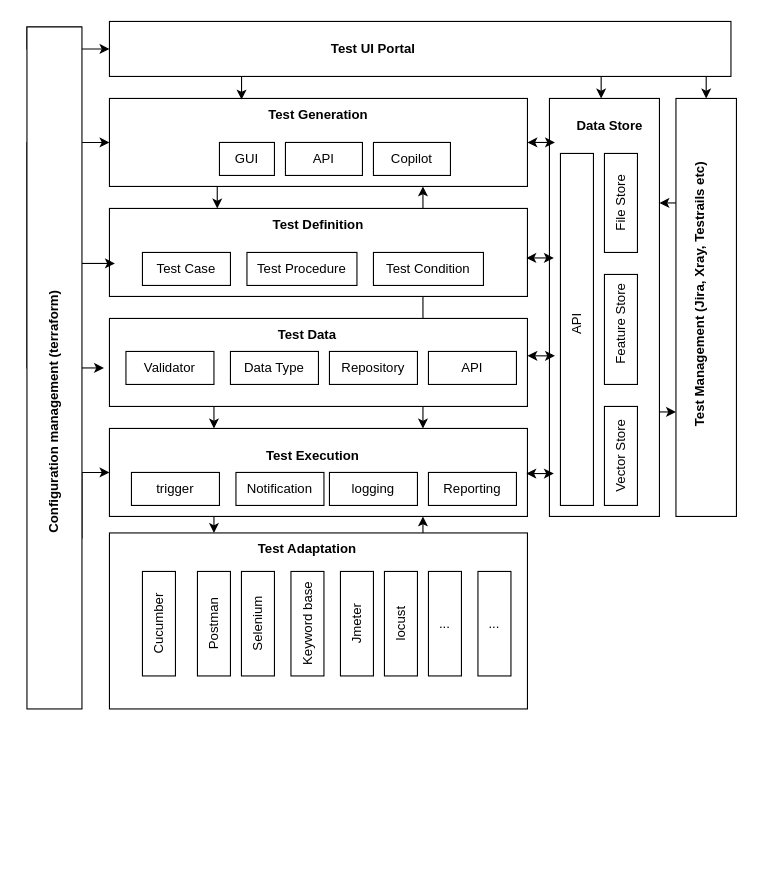
maxlinux/lab keeps this draw.io diagram as Untitled Diagram.drawio. Above is the earlier version. Source tidied: cells renumbered, new cells numbered last; positions are measured from the earlier drawing's top-left corner, leaving out a move shared by most shapes. Both pictures are drawn from the tidied source at 110%, with x=0, y=0 at pixel (-78, 21).
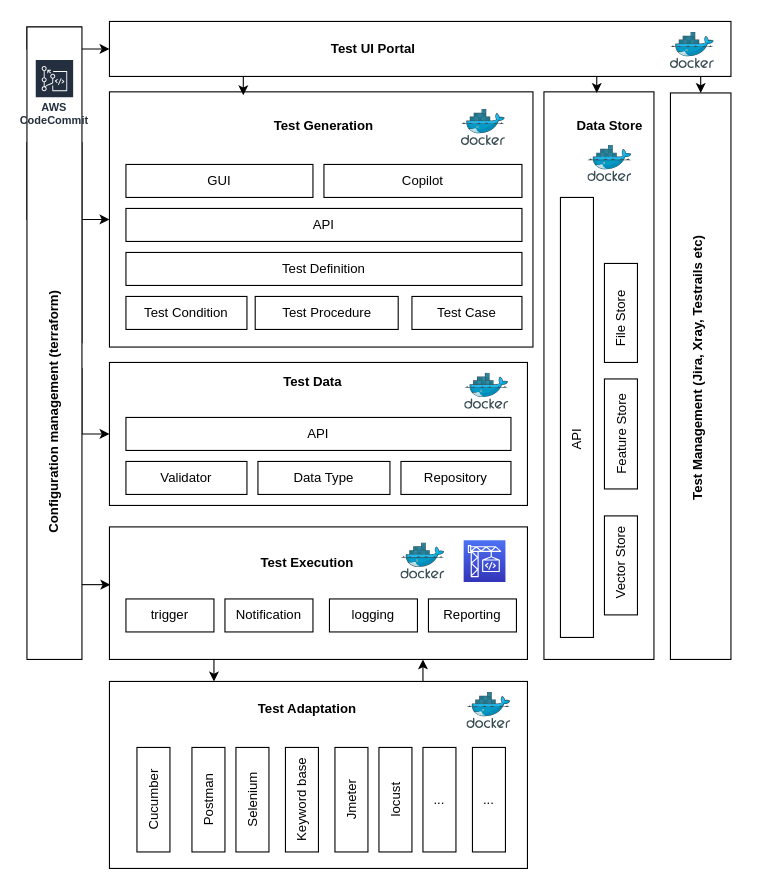
The same page after the edit.

Diff of the diagram source:
```diff
@@
-    <mxCell id="2" style="edgeStyle=orthogonalEdgeStyle;rounded=0;orthogonalLoop=1;jettySize=auto;html=1;exitX=0.5;exitY=1;exitDx=0;exitDy=0;" parent="1" edge="1">
-      <mxGeometry relative="1" as="geometry">
-        <mxPoint x="268" y="150" as="sourcePoint" />
-        <mxPoint x="268" y="170" as="targetPoint" />
-      </mxGeometry>
-    </mxCell>
     <mxCell id="3" style="rounded=0;whiteSpace=wrap;html=1;" parent="1" vertex="1">
-      <mxGeometry x="170" y="70" width="380" height="80" as="geometry" />
+      <mxGeometry x="170" y="64" width="385" height="232" as="geometry" />
     </mxCell>
     <mxCell id="4" value="GUI" style="rounded=0;whiteSpace=wrap;html=1;" parent="1" vertex="1">
-      <mxGeometry x="270" y="110" width="50" height="30" as="geometry" />
+      <mxGeometry x="185" y="130" width="170" height="30" as="geometry" />
     </mxCell>
     <mxCell id="5" value="API" style="rounded=0;whiteSpace=wrap;html=1;" parent="1" vertex="1">
-      <mxGeometry x="330" y="110" width="70" height="30" as="geometry" />
+      <mxGeometry x="185" y="170" width="360" height="30" as="geometry" />
     </mxCell>
     <mxCell id="6" value="Copilot" style="rounded=0;whiteSpace=wrap;html=1;" parent="1" vertex="1">
-      <mxGeometry x="410" y="110" width="70" height="30" as="geometry" />
+      <mxGeometry x="365" y="130" width="180" height="30" as="geometry" />
     </mxCell>
     <mxCell id="7" value="Test Generation" style="text;html=1;strokeColor=none;fillColor=none;align=center;verticalAlign=middle;whiteSpace=wrap;rounded=0;fontStyle=1;" parent="1" vertex="1">
-      <mxGeometry x="300" y="70" width="120" height="30" as="geometry" />
+      <mxGeometry x="305" y="80" width="120" height="30" as="geometry" />
     </mxCell>
-    <mxCell id="8" style="edgeStyle=orthogonalEdgeStyle;rounded=0;jettySize=auto;html=1;exitX=0.75;exitY=0;exitDx=0;exitDy=0;entryX=0.75;entryY=1;entryDx=0;entryDy=0;" parent="1" edge="1" source="10" target="3">
-      <mxGeometry relative="1" as="geometry" />
-    </mxCell>
-    <mxCell id="9" style="edgeStyle=orthogonalEdgeStyle;rounded=0;jettySize=auto;html=1;exitX=0.75;exitY=1;exitDx=0;exitDy=0;entryX=0.75;entryY=0;entryDx=0;entryDy=0;" parent="1" edge="1" source="10" target="24">
-      <mxGeometry relative="1" as="geometry" />
-    </mxCell>
-    <mxCell id="10" style="rounded=0;whiteSpace=wrap;html=1;" parent="1" vertex="1">
-      <mxGeometry x="170" y="170" width="380" height="80" as="geometry" />
-    </mxCell>
-    <mxCell id="11" value="Test Definition" style="text;html=1;strokeColor=none;fillColor=none;align=center;verticalAlign=middle;whiteSpace=wrap;rounded=0;fontStyle=1;" parent="1" vertex="1">
-      <mxGeometry x="300" y="170" width="120" height="30" as="geometry" />
-    </mxCell>
-    <mxCell id="12" style="edgeStyle=orthogonalEdgeStyle;rounded=0;jettySize=auto;html=1;exitX=1;exitY=0.75;exitDx=0;exitDy=0;entryX=0;entryY=0.75;entryDx=0;entryDy=0;" parent="1" edge="1" source="13" target="74">
-      <mxGeometry relative="1" as="geometry" />
-    </mxCell>
     <mxCell id="13" style="rounded=0;whiteSpace=wrap;html=1;" parent="1" vertex="1">
-      <mxGeometry x="570" y="70" width="100" height="380" as="geometry" />
+      <mxGeometry x="565" y="64" width="100" height="516" as="geometry" />
     </mxCell>
     <mxCell id="14" value="Test Case" style="rounded=0;whiteSpace=wrap;html=1;" parent="1" vertex="1">
-      <mxGeometry x="200" y="210" width="80" height="30" as="geometry" />
+      <mxGeometry x="445" y="250" width="100" height="30" as="geometry" />
     </mxCell>
     <mxCell id="15" value="Test Procedure" style="rounded=0;whiteSpace=wrap;html=1;" parent="1" vertex="1">
-      <mxGeometry x="295" y="210" width="100" height="30" as="geometry" />
+      <mxGeometry x="302.5" y="250" width="130" height="30" as="geometry" />
     </mxCell>
     <mxCell id="16" value="Test Condition" style="rounded=0;whiteSpace=wrap;html=1;" parent="1" vertex="1">
-      <mxGeometry x="410" y="210" width="100" height="30" as="geometry" />
+      <mxGeometry x="185" y="250" width="110" height="30" as="geometry" />
     </mxCell>
-    <mxCell id="17" style="edgeStyle=orthogonalEdgeStyle;rounded=0;jettySize=auto;html=1;exitX=0.25;exitY=1;exitDx=0;exitDy=0;entryX=0.25;entryY=0;entryDx=0;entryDy=0;" parent="1" edge="1" source="18" target="24">
-      <mxGeometry relative="1" as="geometry" />
-    </mxCell>
     <mxCell id="18" style="rounded=0;whiteSpace=wrap;html=1;" parent="1" vertex="1">
-      <mxGeometry x="170" y="270" width="380" height="80" as="geometry" />
+      <mxGeometry x="170" y="310" width="380" height="130" as="geometry" />
     </mxCell>
     <mxCell id="19" value="Test Data" style="text;html=1;strokeColor=none;fillColor=none;align=center;verticalAlign=middle;whiteSpace=wrap;rounded=0;fontStyle=1;" parent="1" vertex="1">
-      <mxGeometry x="290" y="270" width="120" height="30" as="geometry" />
+      <mxGeometry x="295" y="312.8" width="120" height="30" as="geometry" />
     </mxCell>
     <mxCell id="20" value="Validator" style="rounded=0;whiteSpace=wrap;html=1;" parent="1" vertex="1">
-      <mxGeometry x="185" y="300" width="80" height="30" as="geometry" />
+      <mxGeometry x="185" y="400" width="110" height="30" as="geometry" />
     </mxCell>
     <mxCell id="21" value="Data Type" style="rounded=0;whiteSpace=wrap;html=1;" parent="1" vertex="1">
-      <mxGeometry x="280" y="300" width="80" height="30" as="geometry" />
+      <mxGeometry x="305" y="400" width="120" height="30" as="geometry" />
     </mxCell>
     <mxCell id="22" value="Repository" style="rounded=0;whiteSpace=wrap;html=1;" parent="1" vertex="1">
-      <mxGeometry x="370" y="300" width="80" height="30" as="geometry" />
+      <mxGeometry x="435" y="400" width="100" height="30" as="geometry" />
     </mxCell>
@@
     <mxCell id="24" style="rounded=0;whiteSpace=wrap;html=1;" parent="1" vertex="1">
-      <mxGeometry x="170" y="370" width="380" height="80" as="geometry" />
+      <mxGeometry x="170" y="459.5" width="380" height="120.5" as="geometry" />
     </mxCell>
     <mxCell id="25" value="Test Execution" style="text;html=1;strokeColor=none;fillColor=none;align=center;verticalAlign=middle;whiteSpace=wrap;rounded=0;fontStyle=1;" parent="1" vertex="1">
-      <mxGeometry x="295" y="380" width="120" height="30" as="geometry" />
+      <mxGeometry x="290" y="477" width="120" height="30" as="geometry" />
     </mxCell>
@@
     <mxCell id="27" style="rounded=0;whiteSpace=wrap;html=1;" parent="1" vertex="1">
-      <mxGeometry x="580" y="120" width="30" height="320" as="geometry" />
+      <mxGeometry x="580" y="160" width="30" height="400" as="geometry" />
     </mxCell>
     <mxCell id="28" value="&lt;div&gt;API&lt;/div&gt;" style="text;html=1;strokeColor=none;fillColor=none;align=center;verticalAlign=middle;whiteSpace=wrap;rounded=0;rotation=270;" parent="1" vertex="1">
-      <mxGeometry x="565" y="260" width="60" height="30" as="geometry" />
+      <mxGeometry x="565" y="365" width="60" height="30" as="geometry" />
     </mxCell>
     <mxCell id="29" style="rounded=0;whiteSpace=wrap;html=1;" parent="1" vertex="1">
-      <mxGeometry x="620" y="350" width="30" height="90" as="geometry" />
+      <mxGeometry x="620" y="449.5" width="30" height="90" as="geometry" />
     </mxCell>
     <mxCell id="30" value="&lt;div&gt;Vector Store&lt;/div&gt;" style="text;html=1;strokeColor=none;fillColor=none;align=center;verticalAlign=middle;whiteSpace=wrap;rounded=0;rotation=270;" parent="1" vertex="1">
-      <mxGeometry x="595" y="380" width="80" height="30" as="geometry" />
+      <mxGeometry x="590" y="477" width="90" height="30" as="geometry" />
     </mxCell>
     <mxCell id="31" style="rounded=0;whiteSpace=wrap;html=1;" parent="1" vertex="1">
-      <mxGeometry x="620" y="230" width="30" height="100" as="geometry" />
+      <mxGeometry x="620" y="325" width="30" height="100" as="geometry" />
     </mxCell>
     <mxCell id="32" value="Feature Store" style="text;html=1;strokeColor=none;fillColor=none;align=center;verticalAlign=middle;whiteSpace=wrap;rounded=0;rotation=270;" parent="1" vertex="1">
-      <mxGeometry x="590" y="260" width="90" height="30" as="geometry" />
+      <mxGeometry x="591" y="360" width="90" height="30" as="geometry" />
     </mxCell>
     <mxCell id="33" style="rounded=0;whiteSpace=wrap;html=1;" parent="1" vertex="1">
-      <mxGeometry x="620" y="120" width="30" height="90" as="geometry" />
+      <mxGeometry x="620" y="220" width="30" height="90" as="geometry" />
     </mxCell>
     <mxCell id="34" value="&lt;div&gt;File Store&lt;/div&gt;" style="text;html=1;strokeColor=none;fillColor=none;align=center;verticalAlign=middle;whiteSpace=wrap;rounded=0;rotation=270;" parent="1" vertex="1">
-      <mxGeometry x="605" y="150" width="60" height="30" as="geometry" />
+      <mxGeometry x="605" y="255" width="60" height="30" as="geometry" />
     </mxCell>
@@
     <mxCell id="36" style="rounded=0;whiteSpace=wrap;html=1;" parent="1" vertex="1">
-      <mxGeometry x="170" y="465" width="380" height="160" as="geometry" />
+      <mxGeometry x="170" y="600" width="380" height="170" as="geometry" />
     </mxCell>
     <mxCell id="37" value="Test Adaptation" style="text;html=1;strokeColor=none;fillColor=none;align=center;verticalAlign=middle;whiteSpace=wrap;rounded=0;fontStyle=1;" parent="1" vertex="1">
-      <mxGeometry x="290" y="465" width="120" height="30" as="geometry" />
+      <mxGeometry x="290" y="610" width="120" height="30" as="geometry" />
     </mxCell>
     <mxCell id="38" style="rounded=0;whiteSpace=wrap;html=1;" parent="1" vertex="1">
-      <mxGeometry x="250" y="500" width="30" height="95" as="geometry" />
+      <mxGeometry x="245" y="660" width="30" height="95" as="geometry" />
     </mxCell>
     <mxCell id="39" style="rounded=0;whiteSpace=wrap;html=1;" parent="1" vertex="1">
-      <mxGeometry x="290" y="500" width="30" height="95" as="geometry" />
+      <mxGeometry x="285" y="660" width="30" height="95" as="geometry" />
     </mxCell>
     <mxCell id="40" style="rounded=0;whiteSpace=wrap;html=1;" parent="1" vertex="1">
-      <mxGeometry x="335" y="500" width="30" height="95" as="geometry" />
+      <mxGeometry x="330" y="660" width="30" height="95" as="geometry" />
     </mxCell>
     <mxCell id="41" style="rounded=0;whiteSpace=wrap;html=1;" parent="1" vertex="1">
-      <mxGeometry x="380" y="500" width="30" height="95" as="geometry" />
+      <mxGeometry x="375" y="660" width="30" height="95" as="geometry" />
     </mxCell>
     <mxCell id="42" style="rounded=0;whiteSpace=wrap;html=1;" parent="1" vertex="1">
-      <mxGeometry x="420" y="500" width="30" height="95" as="geometry" />
+      <mxGeometry x="415" y="660" width="30" height="95" as="geometry" />
     </mxCell>
     <mxCell id="43" value="..." style="rounded=0;whiteSpace=wrap;html=1;" parent="1" vertex="1">
-      <mxGeometry x="505" y="500" width="30" height="95" as="geometry" />
+      <mxGeometry x="500" y="660" width="30" height="95" as="geometry" />
     </mxCell>
     <mxCell id="44" style="rounded=0;whiteSpace=wrap;html=1;" parent="1" vertex="1">
-      <mxGeometry x="200" y="500" width="30" height="95" as="geometry" />
+      <mxGeometry x="195" y="660" width="30" height="95" as="geometry" />
     </mxCell>
     <mxCell id="45" value="Cucumber" style="text;html=1;strokeColor=none;fillColor=none;align=center;verticalAlign=middle;whiteSpace=wrap;rounded=0;rotation=270;" parent="1" vertex="1">
-      <mxGeometry x="175" y="532.5" width="80" height="30" as="geometry" />
+      <mxGeometry x="170" y="692.5" width="80" height="30" as="geometry" />
     </mxCell>
     <mxCell id="46" value="Postman" style="text;html=1;strokeColor=none;fillColor=none;align=center;verticalAlign=middle;whiteSpace=wrap;rounded=0;rotation=270;" parent="1" vertex="1">
-      <mxGeometry x="225" y="532.5" width="80" height="30" as="geometry" />
+      <mxGeometry x="220" y="692.5" width="80" height="30" as="geometry" />
     </mxCell>
     <mxCell id="47" value="&lt;div&gt;Selenium&lt;/div&gt;" style="text;html=1;strokeColor=none;fillColor=none;align=center;verticalAlign=middle;whiteSpace=wrap;rounded=0;rotation=270;" parent="1" vertex="1">
-      <mxGeometry x="265" y="532.5" width="80" height="30" as="geometry" />
+      <mxGeometry x="260" y="692.5" width="80" height="30" as="geometry" />
     </mxCell>
     <mxCell id="48" value="Keyword base" style="text;html=1;strokeColor=none;fillColor=none;align=center;verticalAlign=middle;whiteSpace=wrap;rounded=0;rotation=270;" parent="1" vertex="1">
-      <mxGeometry x="310" y="532.5" width="80" height="30" as="geometry" />
+      <mxGeometry x="305" y="692.5" width="80" height="30" as="geometry" />
     </mxCell>
     <mxCell id="49" value="Jmeter" style="text;html=1;strokeColor=none;fillColor=none;align=center;verticalAlign=middle;whiteSpace=wrap;rounded=0;rotation=270;" parent="1" vertex="1">
-      <mxGeometry x="355" y="532.5" width="80" height="30" as="geometry" />
+      <mxGeometry x="350" y="692.5" width="80" height="30" as="geometry" />
     </mxCell>
     <mxCell id="50" value="locust" style="text;html=1;strokeColor=none;fillColor=none;align=center;verticalAlign=middle;whiteSpace=wrap;rounded=0;rotation=270;" parent="1" vertex="1">
-      <mxGeometry x="395" y="532.5" width="80" height="30" as="geometry" />
+      <mxGeometry x="390" y="692.5" width="80" height="30" as="geometry" />
     </mxCell>
     <mxCell id="51" value="trigger" style="rounded=0;whiteSpace=wrap;html=1;" parent="1" vertex="1">
-      <mxGeometry x="190" y="410" width="80" height="30" as="geometry" />
+      <mxGeometry x="185" y="525" width="80" height="30" as="geometry" />
     </mxCell>
     <mxCell id="52" value="Notification" style="rounded=0;whiteSpace=wrap;html=1;" parent="1" vertex="1">
-      <mxGeometry x="285" y="410" width="80" height="30" as="geometry" />
+      <mxGeometry x="275" y="525" width="80" height="30" as="geometry" />
     </mxCell>
     <mxCell id="53" value="logging" style="rounded=0;whiteSpace=wrap;html=1;" parent="1" vertex="1">
-      <mxGeometry x="370" y="410" width="80" height="30" as="geometry" />
+      <mxGeometry x="370" y="525" width="80" height="30" as="geometry" />
     </mxCell>
     <mxCell id="54" value="..." style="rounded=0;whiteSpace=wrap;html=1;" parent="1" vertex="1">
-      <mxGeometry x="460" y="500" width="30" height="95" as="geometry" />
+      <mxGeometry x="455" y="660" width="30" height="95" as="geometry" />
     </mxCell>
     <mxCell id="55" value="Reporting" style="rounded=0;whiteSpace=wrap;html=1;" parent="1" vertex="1">
-      <mxGeometry x="460" y="410" width="80" height="30" as="geometry" />
+      <mxGeometry x="460" y="525" width="80" height="30" as="geometry" />
     </mxCell>
     <mxCell id="56" value="API" style="rounded=0;whiteSpace=wrap;html=1;" parent="1" vertex="1">
-      <mxGeometry x="460" y="300" width="80" height="30" as="geometry" />
+      <mxGeometry x="185" y="360" width="350" height="30" as="geometry" />
     </mxCell>
-    <mxCell id="57" style="endArrow=classic;startArrow=classic;html=1;rounded=0;exitX=1;exitY=0.5;exitDx=0;exitDy=0;" parent="1" edge="1" source="3">
-      <mxGeometry relative="1" as="geometry">
-        <mxPoint x="575" y="110" as="targetPoint" />
-      </mxGeometry>
-    </mxCell>
-    <mxCell id="58" style="endArrow=classic;startArrow=classic;html=1;rounded=0;exitX=1;exitY=0.5;exitDx=0;exitDy=0;" parent="1" edge="1">
-      <mxGeometry relative="1" as="geometry">
-        <mxPoint x="549" y="215" as="sourcePoint" />
-        <mxPoint x="574" y="215" as="targetPoint" />
-      </mxGeometry>
-    </mxCell>
-    <mxCell id="59" style="endArrow=classic;startArrow=classic;html=1;rounded=0;exitX=1;exitY=0.5;exitDx=0;exitDy=0;" parent="1" edge="1">
-      <mxGeometry relative="1" as="geometry">
-        <mxPoint x="550" y="304" as="sourcePoint" />
-        <mxPoint x="575" y="304" as="targetPoint" />
-      </mxGeometry>
-    </mxCell>
-    <mxCell id="60" style="endArrow=classic;startArrow=classic;html=1;rounded=0;exitX=1;exitY=0.5;exitDx=0;exitDy=0;" parent="1" edge="1">
-      <mxGeometry relative="1" as="geometry">
-        <mxPoint x="549" y="411" as="sourcePoint" />
-        <mxPoint x="574" y="411" as="targetPoint" />
-      </mxGeometry>
-    </mxCell>
@@
-    <mxCell id="62" style="edgeStyle=orthogonalEdgeStyle;rounded=0;orthogonalLoop=1;jettySize=auto;html=1;exitX=0.75;exitY=1;exitDx=0;exitDy=0;entryX=0;entryY=0;entryDx=0;entryDy=0;" parent="1" edge="1">
-      <mxGeometry relative="1" as="geometry">
-        <mxPoint x="595.8" y="50" as="sourcePoint" />
-        <mxPoint x="617" y="70" as="targetPoint" />
-      </mxGeometry>
-    </mxCell>
@@
-    <mxCell id="68" style="edgeStyle=orthogonalEdgeStyle;rounded=0;jettySize=auto;html=1;entryX=0.013;entryY=0.625;entryDx=0;entryDy=0;entryPerimeter=0;" parent="1" edge="1" source="71" target="10">
-      <mxGeometry relative="1" as="geometry">
-        <Array as="points">
-          <mxPoint x="135" y="220" />
-          <mxPoint x="135" y="220" />
-        </Array>
-      </mxGeometry>
-    </mxCell>
-    <mxCell id="69" style="edgeStyle=orthogonalEdgeStyle;rounded=0;jettySize=auto;html=1;exitX=1;exitY=0.5;exitDx=0;exitDy=0;" parent="1" edge="1" source="71">
-      <mxGeometry relative="1" as="geometry">
-        <mxPoint x="165" y="315" as="targetPoint" />
-      </mxGeometry>
-    </mxCell>
-    <mxCell id="70" style="edgeStyle=orthogonalEdgeStyle;rounded=0;jettySize=auto;html=1;exitX=1;exitY=0.75;exitDx=0;exitDy=0;" parent="1" edge="1" source="71" target="24">
-      <mxGeometry relative="1" as="geometry">
-        <Array as="points">
-          <mxPoint x="145" y="410" />
-        </Array>
-      </mxGeometry>
-    </mxCell>
+    <mxCell id="76" style="edgeStyle=orthogonalEdgeStyle;rounded=0;orthogonalLoop=1;jettySize=auto;html=1;exitX=1;exitY=0.75;exitDx=0;exitDy=0;entryX=0.002;entryY=0.09;entryDx=0;entryDy=0;entryPerimeter=0;" parent="1" edge="1">
+      <mxGeometry relative="1" as="geometry">
+        <mxPoint x="145" y="512" as="sourcePoint" />
+        <mxPoint x="170.8" y="512.3" as="targetPoint" />
+      </mxGeometry>
+    </mxCell>
+    <mxCell id="77" style="edgeStyle=orthogonalEdgeStyle;rounded=0;jettySize=auto;html=1;exitX=1;exitY=0.5;exitDx=0;exitDy=0;entryX=0;entryY=0.5;entryDx=0;entryDy=0;" parent="1" edge="1" target="18">
+      <mxGeometry relative="1" as="geometry">
+        <mxPoint x="145" y="315" as="sourcePoint" />
+        <Array as="points">
+          <mxPoint x="145" y="375" />
+        </Array>
+      </mxGeometry>
+    </mxCell>
     <mxCell id="71" style="rounded=0;whiteSpace=wrap;html=1;" parent="1" vertex="1">
-      <mxGeometry x="95" y="5" width="50" height="620" as="geometry" />
+      <mxGeometry x="95" y="5" width="50" height="575" as="geometry" />
     </mxCell>
@@
-    <mxCell id="73" style="edgeStyle=orthogonalEdgeStyle;rounded=0;jettySize=auto;html=1;exitX=0;exitY=0.25;exitDx=0;exitDy=0;entryX=1;entryY=0.25;entryDx=0;entryDy=0;" parent="1" edge="1" source="74" target="13">
-      <mxGeometry relative="1" as="geometry" />
-    </mxCell>
     <mxCell id="74" style="rounded=0;whiteSpace=wrap;html=1;" parent="1" vertex="1">
-      <mxGeometry x="685" y="70" width="55" height="380" as="geometry" />
+      <mxGeometry x="680" y="65" width="55" height="515" as="geometry" />
     </mxCell>
     <mxCell id="75" value="&lt;b&gt;Test Management (Jira, Xray, Testrails etc)&lt;/b&gt;" style="text;html=1;strokeColor=none;fillColor=none;align=center;verticalAlign=middle;whiteSpace=wrap;rounded=0;rotation=270;" parent="1" vertex="1">
-      <mxGeometry x="556.9" y="233.1" width="301.2" height="30" as="geometry" />
+      <mxGeometry x="555" y="300" width="301.2" height="30" as="geometry" />
     </mxCell>
+    <mxCell id="11" value="Test Definition" style="rounded=0;whiteSpace=wrap;html=1;" parent="1" vertex="1">
+      <mxGeometry x="185" y="210" width="360" height="30" as="geometry" />
+    </mxCell>
+    <mxCell id="78" style="image;sketch=0;html=1;align=center;fontSize=12;image=img/lib/mscae/Docker.svg;" parent="1" vertex="1">
+      <mxGeometry x="490" y="80" width="40" height="32.8" as="geometry" />
+    </mxCell>
+    <mxCell id="79" style="image;sketch=0;html=1;align=center;fontSize=12;image=img/lib/mscae/Docker.svg;" parent="1" vertex="1">
+      <mxGeometry x="680" y="10" width="40" height="32.8" as="geometry" />
+    </mxCell>
+    <mxCell id="80" value="AWS CodeCommit" style="sketch=0;fontColor=#232F3E;gradientColor=none;strokeColor=#ffffff;fillColor=#232F3E;dashed=0;verticalLabelPosition=middle;verticalAlign=bottom;align=center;html=1;whiteSpace=wrap;fontSize=10;fontStyle=1;spacing=3;shape=mxgraph.aws4.productIcon;prIcon=mxgraph.aws4.codecommit;" parent="1" vertex="1">
+      <mxGeometry x="102" y="34" width="36" height="66" as="geometry" />
+    </mxCell>
+    <mxCell id="81" style="image;sketch=0;html=1;align=center;fontSize=12;image=img/lib/mscae/Docker.svg;" parent="1" vertex="1">
+      <mxGeometry x="605" y="112.8" width="40" height="32.8" as="geometry" />
+    </mxCell>
+    <mxCell id="82" style="image;sketch=0;html=1;align=center;fontSize=12;image=img/lib/mscae/Docker.svg;" parent="1" vertex="1">
+      <mxGeometry x="493" y="319.8" width="40" height="32.8" as="geometry" />
+    </mxCell>
+    <mxCell id="83" style="sketch=0;fontColor=#232F3E;gradientColor=#4D72F3;gradientDirection=north;fillColor=#3334B9;strokeColor=#ffffff;dashed=0;verticalLabelPosition=bottom;verticalAlign=top;align=center;html=1;fontSize=12;fontStyle=0;shape=mxgraph.aws4.resourceIcon;resIcon=mxgraph.aws4.codebuild;" parent="1" vertex="1">
+      <mxGeometry x="492" y="471.6" width="38" height="38" as="geometry" />
+    </mxCell>
+    <mxCell id="84" style="image;sketch=0;html=1;align=center;fontSize=12;image=img/lib/mscae/Docker.svg;" parent="1" vertex="1">
+      <mxGeometry x="435" y="474.2" width="40" height="32.8" as="geometry" />
+    </mxCell>
+    <mxCell id="85" style="image;sketch=0;html=1;align=center;fontSize=12;image=img/lib/mscae/Docker.svg;" parent="1" vertex="1">
+      <mxGeometry x="495" y="610" width="40" height="32.8" as="geometry" />
+    </mxCell>
+    <mxCell id="86" style="edgeStyle=orthogonalEdgeStyle;rounded=0;orthogonalLoop=1;jettySize=auto;html=1;exitX=1;exitY=1;exitDx=0;exitDy=0;entryX=0.5;entryY=0;entryDx=0;entryDy=0;" parent="1" edge="1">
+      <mxGeometry relative="1" as="geometry">
+        <mxPoint x="640" y="50" as="sourcePoint" />
+        <mxPoint x="613" y="65" as="targetPoint" />
+      </mxGeometry>
+    </mxCell>
```
